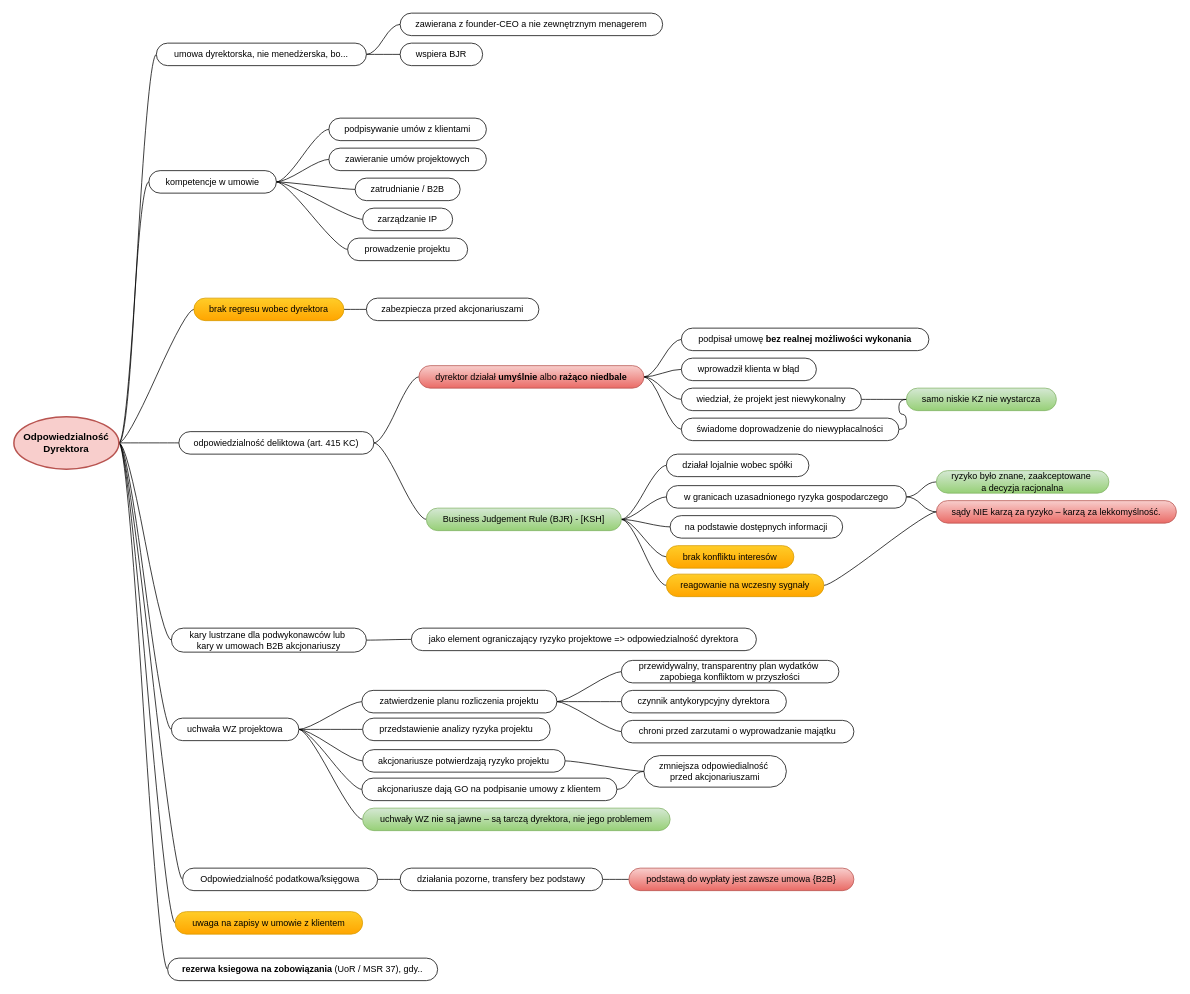
Before: Dyrektor.Odpowiedzialność.drawio in arturd2/diagrams, a draw.io diagram. Source tidied: cells renumbered, new cells numbered last; positions are measured from the earlier drawing's top-left corner, leaving out a move shared by most shapes. Both pictures are drawn from the tidied source at 75%, with x=0, y=0 at pixel (14, 13).
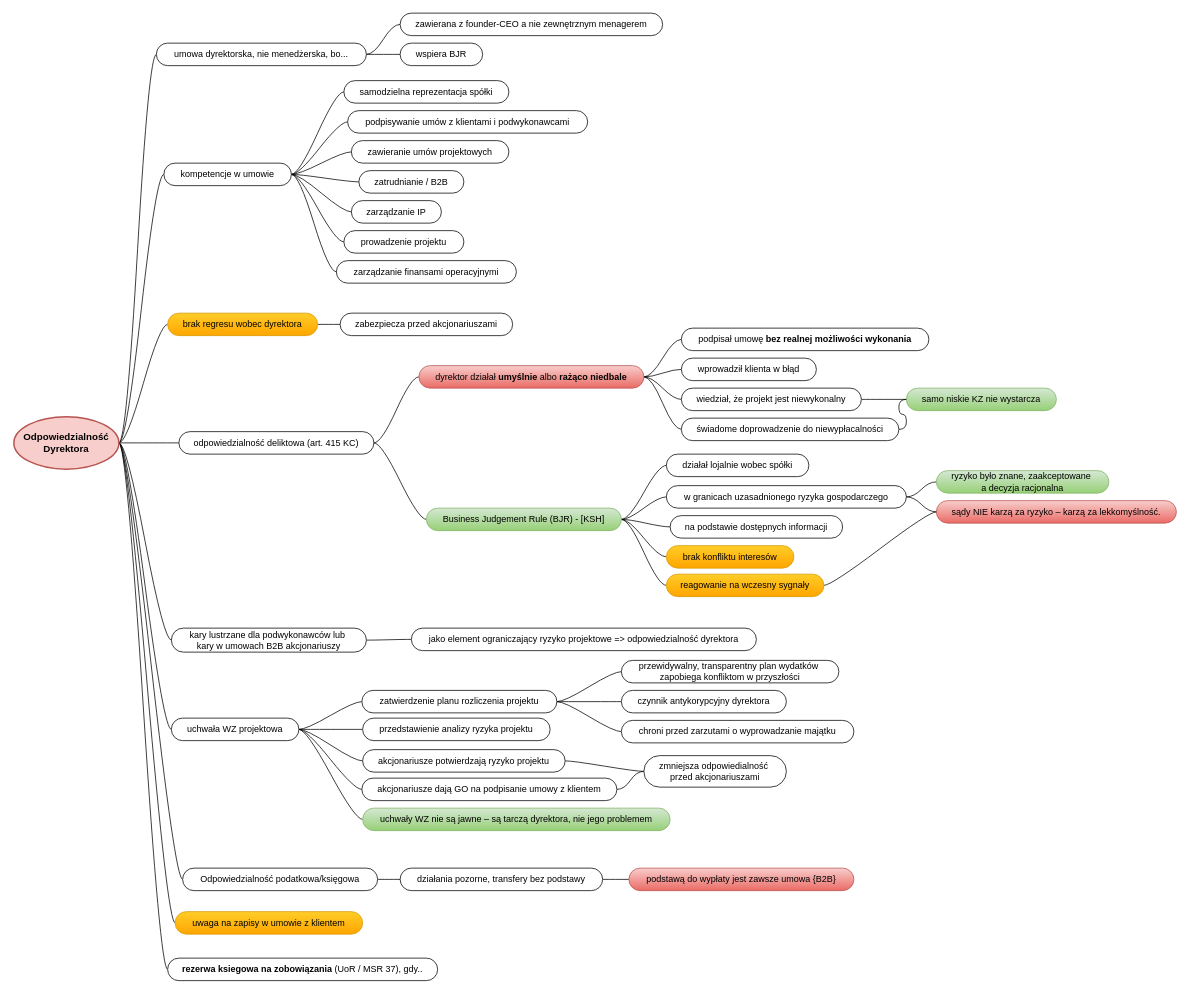
The same page after the edit.

The edit, as a diff of the source:
```diff
@@
-    <mxCell id="22" style="edgeStyle=entityRelationEdgeStyle;rounded=0;jettySize=auto;html=1;startArrow=none;endArrow=none;segment=10;curved=1;sourcePerimeterSpacing=0;targetPerimeterSpacing=0;" parent="1" edge="1" source="27" target="46">
-      <mxGeometry relative="1" as="geometry" />
-    </mxCell>
+    <mxCell id="92" style="edgeStyle=entityRelationEdgeStyle;rounded=0;jettySize=auto;html=1;startArrow=none;endArrow=none;segment=10;curved=1;sourcePerimeterSpacing=0;targetPerimeterSpacing=0;" parent="1" edge="1" source="27" target="95">
+      <mxGeometry relative="1" as="geometry" />
+    </mxCell>
@@
+    <mxCell id="93" style="edgeStyle=entityRelationEdgeStyle;rounded=0;jettySize=auto;html=1;startArrow=none;endArrow=none;segment=10;curved=1;sourcePerimeterSpacing=0;targetPerimeterSpacing=0;" parent="1" edge="1" source="27" target="96">
+      <mxGeometry relative="1" as="geometry" />
+    </mxCell>
+    <mxCell id="94" style="edgeStyle=entityRelationEdgeStyle;rounded=0;jettySize=auto;html=1;startArrow=none;endArrow=none;segment=10;curved=1;sourcePerimeterSpacing=0;targetPerimeterSpacing=0;" parent="1" edge="1" source="27" target="97">
+      <mxGeometry relative="1" as="geometry" />
+    </mxCell>
     <mxCell id="27" value="kompetencje w umowie" style="whiteSpace=wrap;html=1;rounded=1;arcSize=50;align=center;verticalAlign=middle;strokeWidth=1;spacing=4;newEdgeStyle={&quot;edgeStyle&quot;:&quot;entityRelationEdgeStyle&quot;,&quot;startArrow&quot;:&quot;none&quot;,&quot;endArrow&quot;:&quot;none&quot;,&quot;segment&quot;:10,&quot;curved&quot;:1,&quot;sourcePerimeterSpacing&quot;:0,&quot;targetPerimeterSpacing&quot;:0};" parent="1" vertex="1">
-      <mxGeometry x="180" y="210" width="170" height="30" as="geometry" />
+      <mxGeometry x="200" y="200" width="170" height="30" as="geometry" />
     </mxCell>
@@
     <mxCell id="37" value="brak regresu wobec dyrektora" style="whiteSpace=wrap;html=1;rounded=1;arcSize=50;align=center;verticalAlign=middle;strokeWidth=1;spacing=4;newEdgeStyle={&quot;edgeStyle&quot;:&quot;entityRelationEdgeStyle&quot;,&quot;startArrow&quot;:&quot;none&quot;,&quot;endArrow&quot;:&quot;none&quot;,&quot;segment&quot;:10,&quot;curved&quot;:1,&quot;sourcePerimeterSpacing&quot;:0,&quot;targetPerimeterSpacing&quot;:0};fillColor=#ffcd28;gradientColor=#ffa500;strokeColor=#d79b00;" parent="1" vertex="1">
-      <mxGeometry x="240" y="380" width="200" height="30" as="geometry" />
+      <mxGeometry x="205" y="400" width="200" height="30" as="geometry" />
     </mxCell>
@@
-    <mxCell id="46" value="podpisywanie umów z klientami" style="whiteSpace=wrap;html=1;rounded=1;arcSize=50;align=center;verticalAlign=middle;strokeWidth=1;spacing=4;newEdgeStyle={&quot;edgeStyle&quot;:&quot;entityRelationEdgeStyle&quot;,&quot;startArrow&quot;:&quot;none&quot;,&quot;endArrow&quot;:&quot;none&quot;,&quot;segment&quot;:10,&quot;curved&quot;:1,&quot;sourcePerimeterSpacing&quot;:0,&quot;targetPerimeterSpacing&quot;:0};" parent="1" vertex="1">
-      <mxGeometry x="420" y="140" width="210" height="30" as="geometry" />
-    </mxCell>
+    <mxCell id="95" value="podpisywanie umów z klientami i podwykonawcami" style="whiteSpace=wrap;html=1;rounded=1;arcSize=50;align=center;verticalAlign=middle;strokeWidth=1;spacing=4;newEdgeStyle={&quot;edgeStyle&quot;:&quot;entityRelationEdgeStyle&quot;,&quot;startArrow&quot;:&quot;none&quot;,&quot;endArrow&quot;:&quot;none&quot;,&quot;segment&quot;:10,&quot;curved&quot;:1,&quot;sourcePerimeterSpacing&quot;:0,&quot;targetPerimeterSpacing&quot;:0};" parent="1" vertex="1">
+      <mxGeometry x="445" y="130" width="320" height="30" as="geometry" />
+    </mxCell>
     <mxCell id="47" value="zawieranie umów projektowych" style="whiteSpace=wrap;html=1;rounded=1;arcSize=50;align=center;verticalAlign=middle;strokeWidth=1;spacing=4;newEdgeStyle={&quot;edgeStyle&quot;:&quot;entityRelationEdgeStyle&quot;,&quot;startArrow&quot;:&quot;none&quot;,&quot;endArrow&quot;:&quot;none&quot;,&quot;segment&quot;:10,&quot;curved&quot;:1,&quot;sourcePerimeterSpacing&quot;:0,&quot;targetPerimeterSpacing&quot;:0};" parent="1" vertex="1">
-      <mxGeometry x="420" y="180" width="210" height="30" as="geometry" />
+      <mxGeometry x="450" y="170" width="210" height="30" as="geometry" />
     </mxCell>
     <mxCell id="48" value="zatrudnianie / B2B" style="whiteSpace=wrap;html=1;rounded=1;arcSize=50;align=center;verticalAlign=middle;strokeWidth=1;spacing=4;newEdgeStyle={&quot;edgeStyle&quot;:&quot;entityRelationEdgeStyle&quot;,&quot;startArrow&quot;:&quot;none&quot;,&quot;endArrow&quot;:&quot;none&quot;,&quot;segment&quot;:10,&quot;curved&quot;:1,&quot;sourcePerimeterSpacing&quot;:0,&quot;targetPerimeterSpacing&quot;:0};" parent="1" vertex="1">
-      <mxGeometry x="455" y="220" width="140" height="30" as="geometry" />
+      <mxGeometry x="460" y="210" width="140" height="30" as="geometry" />
     </mxCell>
     <mxCell id="49" value="zarządzanie IP" style="whiteSpace=wrap;html=1;rounded=1;arcSize=50;align=center;verticalAlign=middle;strokeWidth=1;spacing=4;newEdgeStyle={&quot;edgeStyle&quot;:&quot;entityRelationEdgeStyle&quot;,&quot;startArrow&quot;:&quot;none&quot;,&quot;endArrow&quot;:&quot;none&quot;,&quot;segment&quot;:10,&quot;curved&quot;:1,&quot;sourcePerimeterSpacing&quot;:0,&quot;targetPerimeterSpacing&quot;:0};" parent="1" vertex="1">
-      <mxGeometry x="465" y="260" width="120" height="30" as="geometry" />
+      <mxGeometry x="450" y="250" width="120" height="30" as="geometry" />
     </mxCell>
     <mxCell id="50" value="prowadzenie projektu" style="whiteSpace=wrap;html=1;rounded=1;arcSize=50;align=center;verticalAlign=middle;strokeWidth=1;spacing=4;newEdgeStyle={&quot;edgeStyle&quot;:&quot;entityRelationEdgeStyle&quot;,&quot;startArrow&quot;:&quot;none&quot;,&quot;endArrow&quot;:&quot;none&quot;,&quot;segment&quot;:10,&quot;curved&quot;:1,&quot;sourcePerimeterSpacing&quot;:0,&quot;targetPerimeterSpacing&quot;:0};" parent="1" vertex="1">
-      <mxGeometry x="445" y="300" width="160" height="30" as="geometry" />
+      <mxGeometry x="440" y="290" width="160" height="30" as="geometry" />
     </mxCell>
     <mxCell id="51" value="zabezpiecza przed akcjonariuszami" style="whiteSpace=wrap;html=1;rounded=1;arcSize=50;align=center;verticalAlign=middle;strokeWidth=1;spacing=4;newEdgeStyle={&quot;edgeStyle&quot;:&quot;entityRelationEdgeStyle&quot;,&quot;startArrow&quot;:&quot;none&quot;,&quot;endArrow&quot;:&quot;none&quot;,&quot;segment&quot;:10,&quot;curved&quot;:1,&quot;sourcePerimeterSpacing&quot;:0,&quot;targetPerimeterSpacing&quot;:0};" parent="1" vertex="1">
-      <mxGeometry x="470" y="380" width="230" height="30" as="geometry" />
+      <mxGeometry x="435" y="400" width="230" height="30" as="geometry" />
     </mxCell>
@@
+    <mxCell id="96" value="samodzielna reprezentacja spółki" style="whiteSpace=wrap;html=1;rounded=1;arcSize=50;align=center;verticalAlign=middle;strokeWidth=1;spacing=4;newEdgeStyle={&quot;edgeStyle&quot;:&quot;entityRelationEdgeStyle&quot;,&quot;startArrow&quot;:&quot;none&quot;,&quot;endArrow&quot;:&quot;none&quot;,&quot;segment&quot;:10,&quot;curved&quot;:1,&quot;sourcePerimeterSpacing&quot;:0,&quot;targetPerimeterSpacing&quot;:0};" parent="1" vertex="1">
+      <mxGeometry x="440" y="90" width="220" height="30" as="geometry" />
+    </mxCell>
+    <mxCell id="97" value="zarządzanie finansami operacyjnymi" style="whiteSpace=wrap;html=1;rounded=1;arcSize=50;align=center;verticalAlign=middle;strokeWidth=1;spacing=4;newEdgeStyle={&quot;edgeStyle&quot;:&quot;entityRelationEdgeStyle&quot;,&quot;startArrow&quot;:&quot;none&quot;,&quot;endArrow&quot;:&quot;none&quot;,&quot;segment&quot;:10,&quot;curved&quot;:1,&quot;sourcePerimeterSpacing&quot;:0,&quot;targetPerimeterSpacing&quot;:0};" parent="1" vertex="1">
+      <mxGeometry x="430" y="330" width="240" height="30" as="geometry" />
+    </mxCell>
```
